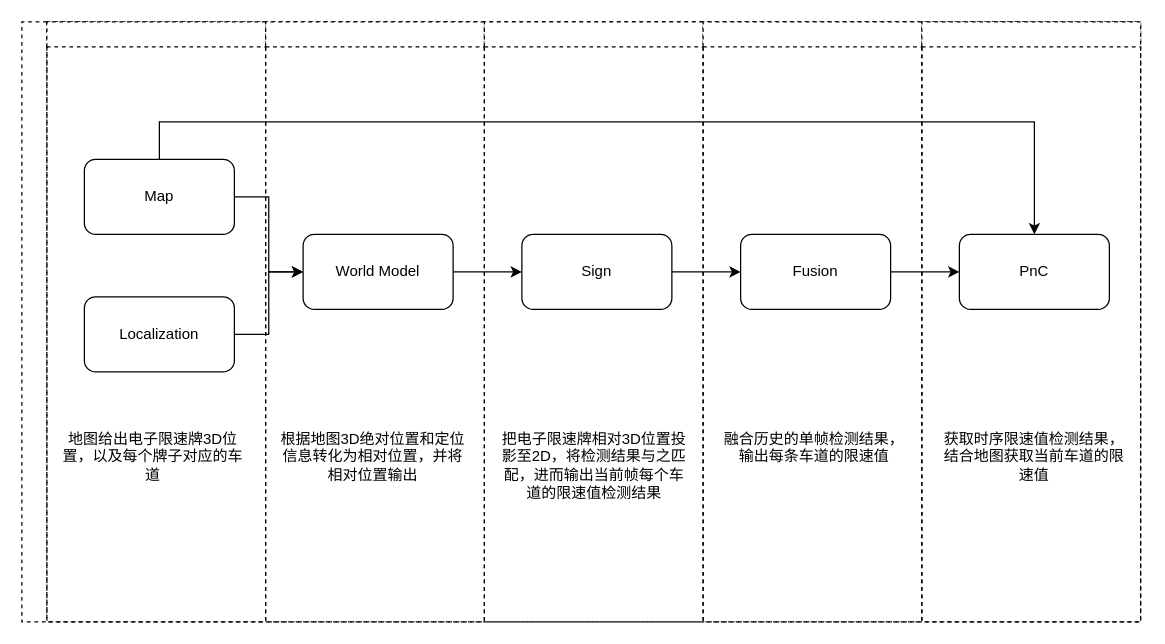
Before: electronic_sign.drawio in liziken/liziken.github.io, a draw.io diagram. Source tidied: cells renumbered, new cells numbered last; positions are measured from the earlier drawing's top-left corner, leaving out a move shared by most shapes. Both pictures are drawn from the tidied source at 125%, with x=0, y=0 at pixel (21, 21).
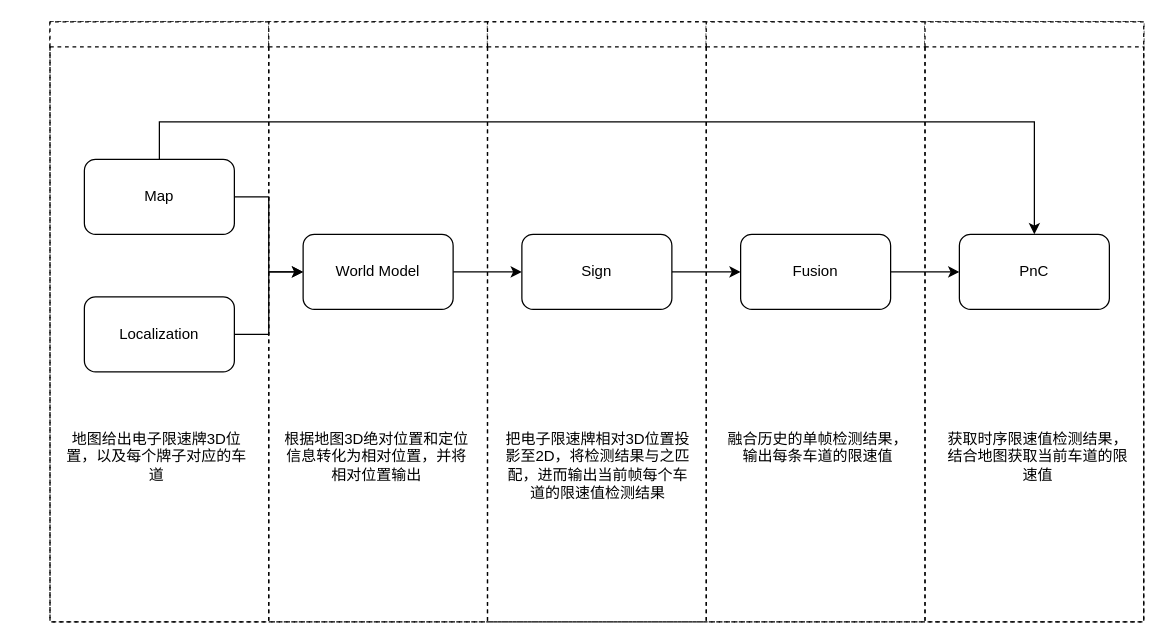
The same diagram, later.

What changed in the source:
```diff
@@
-    <mxCell id="14" style="swimlane;html=1;startSize=20;horizontal=0;dashed=1;" parent="1" vertex="1">
-      <mxGeometry width="895" height="480" as="geometry" />
+    <mxCell id="14" style="swimlane;html=1;startSize=0;horizontal=0;dashed=1;" parent="1" vertex="1">
+      <mxGeometry x="22.5" width="875" height="480" as="geometry" />
     </mxCell>
     <mxCell id="15" style="swimlane;html=1;startSize=20;dashed=1;" parent="14" vertex="1">
-      <mxGeometry x="20" width="175" height="480" as="geometry" />
+      <mxGeometry width="175" height="480" as="geometry" />
     </mxCell>
@@
     <mxCell id="17" style="swimlane;html=1;startSize=20;dashed=1;" parent="14" vertex="1">
-      <mxGeometry x="195" width="175" height="480" as="geometry" />
+      <mxGeometry x="175" width="175" height="480" as="geometry" />
     </mxCell>
@@
     <mxCell id="19" style="swimlane;html=1;startSize=20;dashed=1;" parent="14" vertex="1">
-      <mxGeometry x="370" width="175" height="480" as="geometry" />
+      <mxGeometry x="350" width="175" height="480" as="geometry" />
     </mxCell>
@@
     <mxCell id="21" style="swimlane;html=1;startSize=20;dashed=1;" parent="14" vertex="1">
-      <mxGeometry x="545" width="175" height="480" as="geometry" />
+      <mxGeometry x="525" width="175" height="480" as="geometry" />
     </mxCell>
@@
     <mxCell id="23" style="swimlane;html=1;startSize=20;dashed=1;" parent="14" vertex="1">
-      <mxGeometry x="720" width="175" height="480" as="geometry" />
+      <mxGeometry x="700" width="175" height="480" as="geometry" />
     </mxCell>
```
